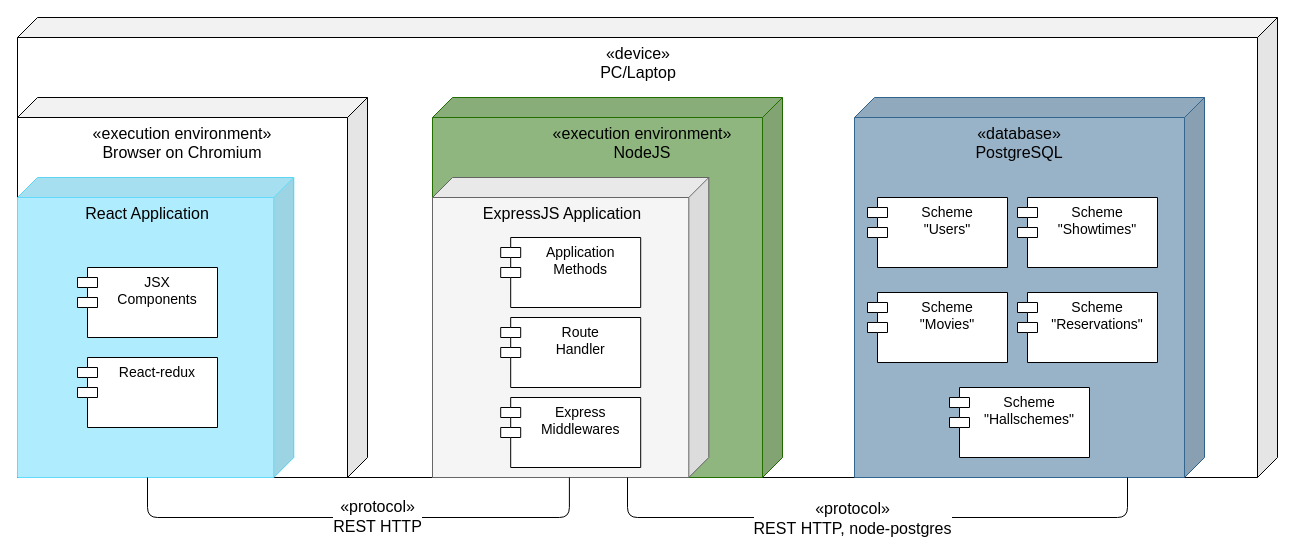
Above: images and schemes/UML deployment diagram.drawio in xreyaf/cinema-app (draw.io), before the change. Source tidied: cells renumbered, new cells numbered last; positions are measured from the earlier drawing's top-left corner, leaving out a move shared by most shapes. Both pictures are drawn from the tidied source at 100%, with x=0, y=0 at pixel (17, 17).
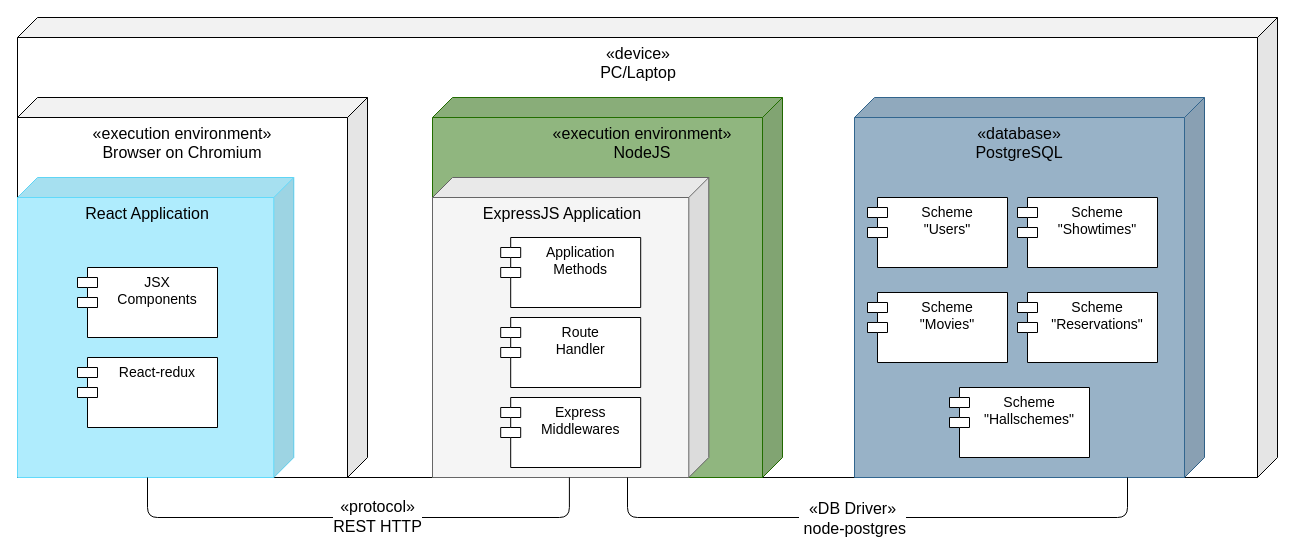
After the change.

Unchanged cells that the change refers to:
```xml
<mxCell id="25" style="endArrow=none;html=1;fontSize=14;edgeStyle=orthogonalEdgeStyle;" parent="1" edge="1" source="13" target="12">
  <mxGeometry relative="1" as="geometry">
    <Array as="points">
      <mxPoint x="610" y="500" />
      <mxPoint x="1110" y="500" />
    </Array>
  </mxGeometry>
</mxCell>
```

What changed in the source:
```diff
@@
-    <mxCell id="26" value="&lt;span style=&quot;font-size: 16px&quot;&gt;«protocol&lt;/span&gt;&lt;span style=&quot;font-size: 16px&quot;&gt;»&lt;br&gt;&lt;/span&gt;&lt;span style=&quot;font-size: 16px&quot;&gt;REST&amp;nbsp;&lt;/span&gt;&lt;span style=&quot;font-size: 16px&quot;&gt;HTTP, node-postgres&lt;/span&gt;" style="edgeLabel;html=1;align=center;verticalAlign=middle;fontSize=14;labelBackgroundColor=#ffffff;" parent="25" vertex="1">
+    <mxCell id="26" value="&lt;span style=&quot;font-size: 16px&quot;&gt;«DB Driver&lt;/span&gt;&lt;span style=&quot;font-size: 16px&quot;&gt;»&lt;br&gt;&lt;/span&gt;&lt;span style=&quot;font-size: 16px&quot;&gt;&amp;nbsp;node-postgres&lt;/span&gt;" style="edgeLabel;html=1;align=center;verticalAlign=middle;fontSize=14;labelBackgroundColor=#ffffff;" parent="25" vertex="1">
       <mxGeometry x="-0.09" relative="1" as="geometry" />
     </mxCell>
```
